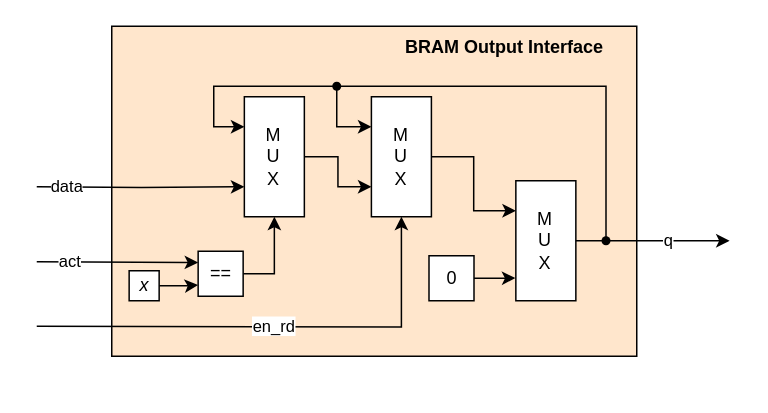
Before: page "Temp-MOI" (5 of 7) of intelight.drawio in zulfikarna/intelight, a draw.io diagram. Source tidied: cells renumbered, new cells numbered last; positions are measured from the earlier drawing's top-left corner, leaving out a move shared by most shapes. Both pictures are drawn from the tidied source at 150%, with x=0, y=0 at pixel (36, 26).
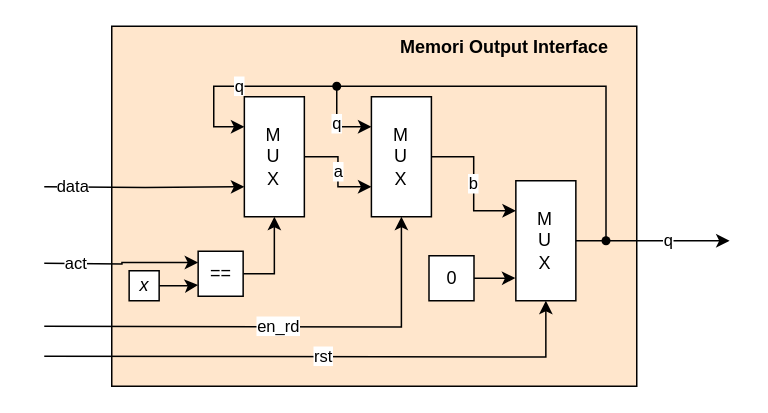
Above is the later version.

Unchanged cells that the change refers to:
```xml
<mxCell id="5" value="M&lt;br&gt;U&lt;br&gt;X" style="rounded=0;whiteSpace=wrap;html=1;fillColor=#FFFFFF;" parent="1" vertex="1">
  <mxGeometry x="319.4" y="103" width="40" height="80" as="geometry" />
</mxCell>
<mxCell id="7" value="M&lt;br&gt;U&lt;br&gt;X" style="rounded=0;whiteSpace=wrap;html=1;fillColor=#FFFFFF;" parent="1" vertex="1">
  <mxGeometry x="138.4" y="47" width="40" height="80" as="geometry" />
</mxCell>
<mxCell id="12" value="==" style="rounded=0;whiteSpace=wrap;html=1;fillColor=#FFFFFF;" parent="1" vertex="1">
  <mxGeometry x="107.6" y="150" width="30" height="30" as="geometry" />
</mxCell>
<mxCell id="20" value="M&lt;br&gt;U&lt;br&gt;X" style="rounded=0;whiteSpace=wrap;html=1;fillColor=#FFFFFF;" parent="1" vertex="1">
  <mxGeometry x="223.1" y="47" width="40" height="80" as="geometry" />
</mxCell>
<mxCell id="22" style="shape=waypoint;sketch=0;fillStyle=solid;size=6;points=[];fillColor=none;perimeter=centerPerimeter;snapToPoint=1;" parent="1" vertex="1">
  <mxGeometry x="180" y="20" width="40" height="40" as="geometry" />
</mxCell>
```

Change to the diagram source:
```diff
@@
-    <mxCell id="2" style="rounded=0;whiteSpace=wrap;html=1;fillColor=#FFE6CC;" parent="1" vertex="1">
-      <mxGeometry x="50" width="350" height="220" as="geometry" />
-    </mxCell>
+    <mxCell id="25" style="rounded=0;whiteSpace=wrap;html=1;fillColor=#FFE6CC;" parent="1" vertex="1">
+      <mxGeometry x="50" width="350" height="240" as="geometry" />
+    </mxCell>
@@
-    <mxCell id="6" style="edgeStyle=orthogonalEdgeStyle;rounded=0;jettySize=auto;html=1;entryX=0;entryY=0.75;entryDx=0;entryDy=0;" parent="1" edge="1" source="7" target="20">
+    <mxCell id="6" value="a" style="edgeStyle=orthogonalEdgeStyle;rounded=0;jettySize=auto;html=1;entryX=0;entryY=0.75;entryDx=0;entryDy=0;" parent="1" edge="1" source="7" target="20">
       <mxGeometry relative="1" as="geometry" />
     </mxCell>
@@
     <mxCell id="8" value="data" style="edgeStyle=orthogonalEdgeStyle;rounded=0;jettySize=auto;html=1;entryX=0;entryY=0.75;entryDx=0;entryDy=0;" parent="1" edge="1" target="7">
       <mxGeometry x="-0.71" relative="1" as="geometry">
-        <mxPoint y="107" as="sourcePoint" />
+        <mxPoint x="5" y="107" as="sourcePoint" />
       </mxGeometry>
     </mxCell>
@@
     <mxCell id="15" value="act" style="edgeStyle=orthogonalEdgeStyle;rounded=0;jettySize=auto;html=1;entryX=0;entryY=0.25;entryDx=0;entryDy=0;" parent="1" edge="1" target="12">
       <mxGeometry x="-0.59" relative="1" as="geometry">
-        <mxPoint y="157" as="sourcePoint" />
+        <mxPoint x="5" y="158" as="sourcePoint" />
       </mxGeometry>
     </mxCell>
-    <mxCell id="16" style="edgeStyle=orthogonalEdgeStyle;rounded=0;jettySize=auto;html=1;entryX=0;entryY=0.25;entryDx=0;entryDy=0;startArrow=none;" parent="1" edge="1" source="22" target="7">
+    <mxCell id="16" value="q" style="edgeStyle=orthogonalEdgeStyle;rounded=0;jettySize=auto;html=1;entryX=0;entryY=0.25;entryDx=0;entryDy=0;startArrow=none;" parent="1" edge="1" source="22" target="7">
       <mxGeometry relative="1" as="geometry">
         <Array as="points">
           <mxPoint x="118" y="40" />
           <mxPoint x="118" y="67" />
         </Array>
       </mxGeometry>
     </mxCell>
@@
-    <mxCell id="19" style="edgeStyle=orthogonalEdgeStyle;rounded=0;jettySize=auto;html=1;entryX=0;entryY=0.25;entryDx=0;entryDy=0;" parent="1" edge="1" source="20" target="5">
+    <mxCell id="19" value="b" style="edgeStyle=orthogonalEdgeStyle;rounded=0;jettySize=auto;html=1;entryX=0;entryY=0.25;entryDx=0;entryDy=0;" parent="1" edge="1" source="20" target="5">
       <mxGeometry relative="1" as="geometry" />
     </mxCell>
@@
-    <mxCell id="21" style="edgeStyle=orthogonalEdgeStyle;rounded=0;jettySize=auto;html=1;entryX=0;entryY=0.25;entryDx=0;entryDy=0;" parent="1" edge="1" source="22" target="20">
+    <mxCell id="21" value="q" style="edgeStyle=orthogonalEdgeStyle;rounded=0;jettySize=auto;html=1;entryX=0;entryY=0.25;entryDx=0;entryDy=0;" parent="1" edge="1" source="22" target="20">
       <mxGeometry relative="1" as="geometry">
         <Array as="points">
           <mxPoint x="200" y="67" />
         </Array>
       </mxGeometry>
     </mxCell>
@@
     <mxCell id="23" value="en_rd" style="edgeStyle=orthogonalEdgeStyle;rounded=0;jettySize=auto;html=1;entryX=0.5;entryY=1;entryDx=0;entryDy=0;" parent="1" edge="1" target="20">
       <mxGeometry relative="1" as="geometry">
-        <mxPoint y="200" as="sourcePoint" />
+        <mxPoint x="5" y="200" as="sourcePoint" />
       </mxGeometry>
     </mxCell>
-    <mxCell id="24" value="&lt;b&gt;BRAM Output Interface&lt;/b&gt;" style="text;html=1;strokeColor=none;fillColor=none;align=center;verticalAlign=middle;whiteSpace=wrap;rounded=0;" parent="1" vertex="1">
-      <mxGeometry x="222.1" width="180" height="27" as="geometry" />
-    </mxCell>
+    <mxCell id="26" value="&lt;b&gt;Memori Output Interface&lt;/b&gt;" style="text;html=1;strokeColor=none;fillColor=none;align=center;verticalAlign=middle;whiteSpace=wrap;rounded=0;" parent="1" vertex="1">
+      <mxGeometry x="222.1" width="180" height="27" as="geometry" />
+    </mxCell>
+    <mxCell id="27" value="rst" style="edgeStyle=orthogonalEdgeStyle;rounded=0;jettySize=auto;html=1;entryX=0.5;entryY=1;entryDx=0;entryDy=0;" parent="1" edge="1" target="5">
+      <mxGeometry relative="1" as="geometry">
+        <mxPoint x="5" y="220" as="sourcePoint" />
+      </mxGeometry>
+    </mxCell>
```
